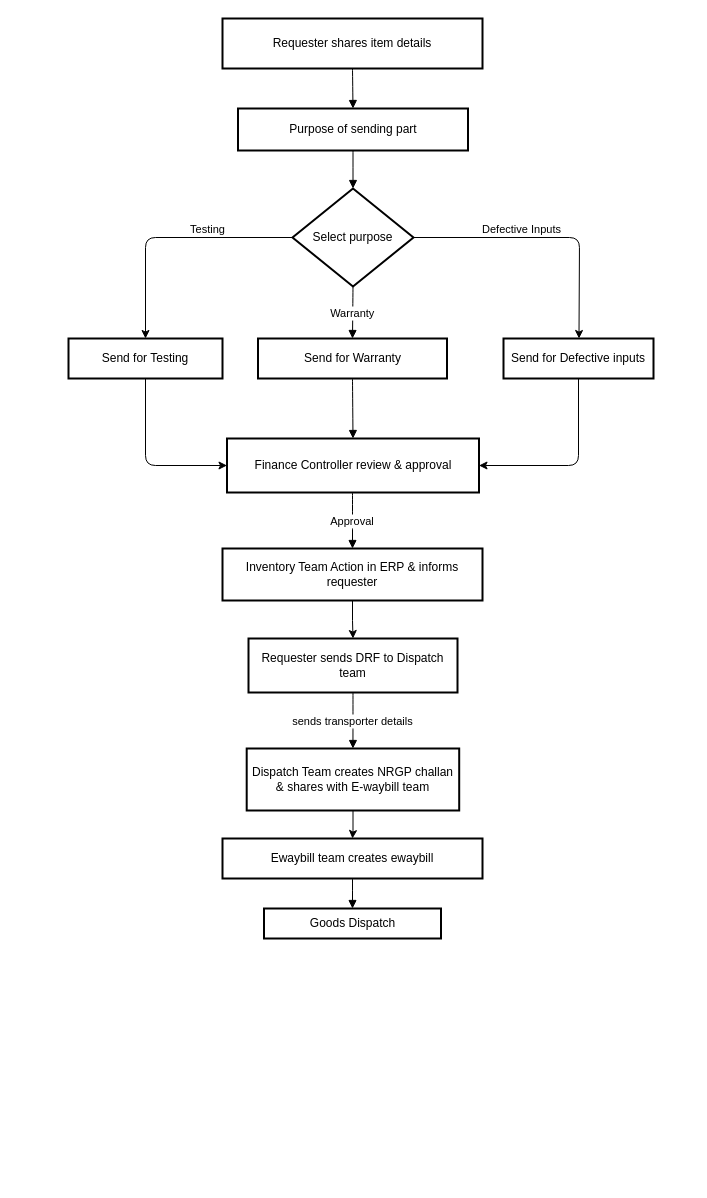
The draw.io diagram NRGP Flow.drawio in apk1995apk/M3, before the edit. Source tidied: cells renumbered, new cells numbered last; positions are measured from the earlier drawing's top-left corner, leaving out a move shared by most shapes. Both pictures are drawn from the tidied source at 100%, with x=0, y=0 at pixel (68, 18).
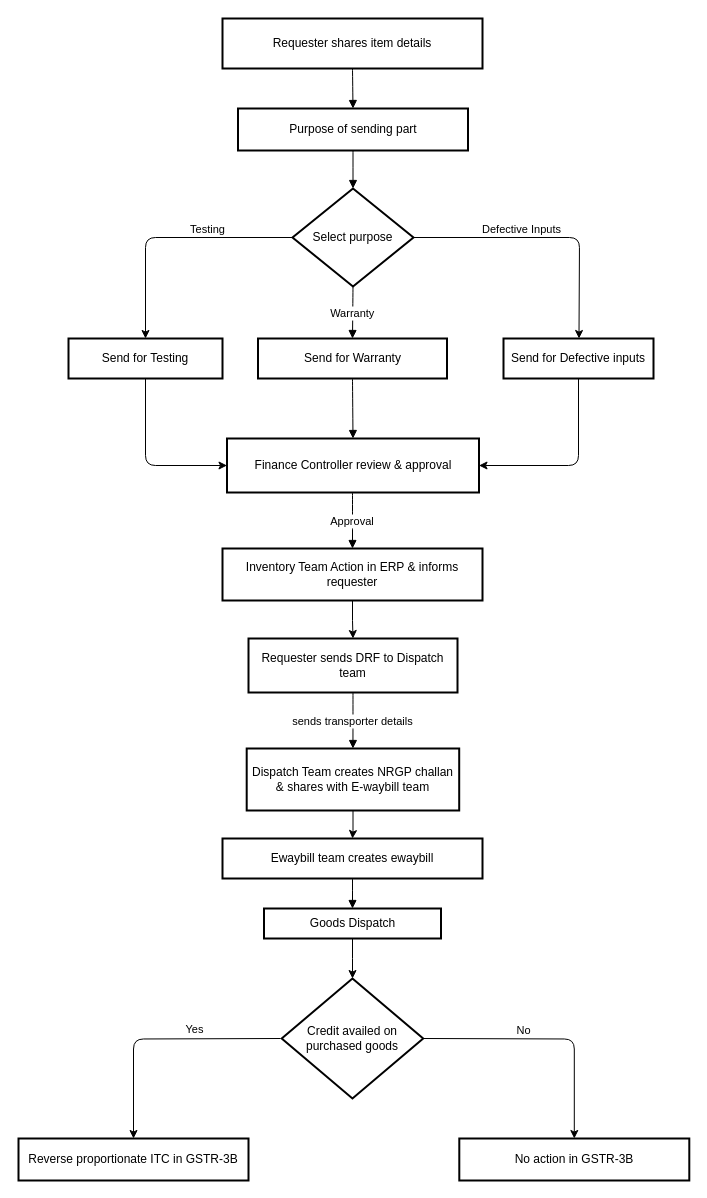
After the change.

The change refers to these unchanged cells:
```xml
<mxCell id="26" value="Goods Dispatch" style="whiteSpace=wrap;strokeWidth=2;" parent="1" vertex="1">
  <mxGeometry x="195.5" y="890" width="177" height="30" as="geometry" />
</mxCell>
```

The edit, as a diff of the source:
```diff
@@
+    <mxCell id="30" style="edgeStyle=orthogonalEdgeStyle;rounded=0;jettySize=auto;html=1;" parent="1" edge="1" source="26" target="31">
+      <mxGeometry relative="1" as="geometry" />
+    </mxCell>
@@
+    <mxCell id="31" value="Credit availed on purchased goods" style="rhombus;strokeWidth=2;whiteSpace=wrap;" parent="1" vertex="1">
+      <mxGeometry x="213.2" y="960" width="141.5" height="120" as="geometry" />
+    </mxCell>
+    <mxCell id="32" style="edgeStyle=orthogonalEdgeStyle;rounded=1;jettySize=auto;html=1;exitX=0;exitY=0.5;exitDx=0;exitDy=0;curved=0;entryX=0.5;entryY=0;entryDx=0;entryDy=0;" parent="1" edge="1" target="36">
+      <mxGeometry relative="1" as="geometry">
+        <mxPoint x="212" y="1020" as="sourcePoint" />
+      </mxGeometry>
+    </mxCell>
+    <mxCell id="33" style="edgeStyle=orthogonalEdgeStyle;rounded=1;jettySize=auto;html=1;curved=0;" parent="1" edge="1" target="37">
+      <mxGeometry relative="1" as="geometry">
+        <mxPoint x="355" y="1020" as="sourcePoint" />
+      </mxGeometry>
+    </mxCell>
+    <mxCell id="34" value="No" style="edgeLabel;html=1;align=center;verticalAlign=middle;" parent="33" vertex="1">
+      <mxGeometry x="-0.2" y="-2" relative="1" as="geometry">
+        <mxPoint y="-11" as="offset" />
+      </mxGeometry>
+    </mxCell>
+    <mxCell id="35" value="Yes" style="edgeLabel;html=1;align=center;verticalAlign=middle;" parent="1" vertex="1">
+      <mxGeometry x="122" y="1016" as="geometry">
+        <mxPoint x="3" y="-6" as="offset" />
+      </mxGeometry>
+    </mxCell>
+    <mxCell id="36" value="Reverse proportionate ITC in GSTR-3B" style="whiteSpace=wrap;strokeWidth=2;" parent="1" vertex="1">
+      <mxGeometry x="-50" y="1120" width="230" height="42" as="geometry" />
+    </mxCell>
+    <mxCell id="37" value="No action in GSTR-3B" style="whiteSpace=wrap;strokeWidth=2;" parent="1" vertex="1">
+      <mxGeometry x="390.8" y="1120" width="230" height="42" as="geometry" />
+    </mxCell>
```
